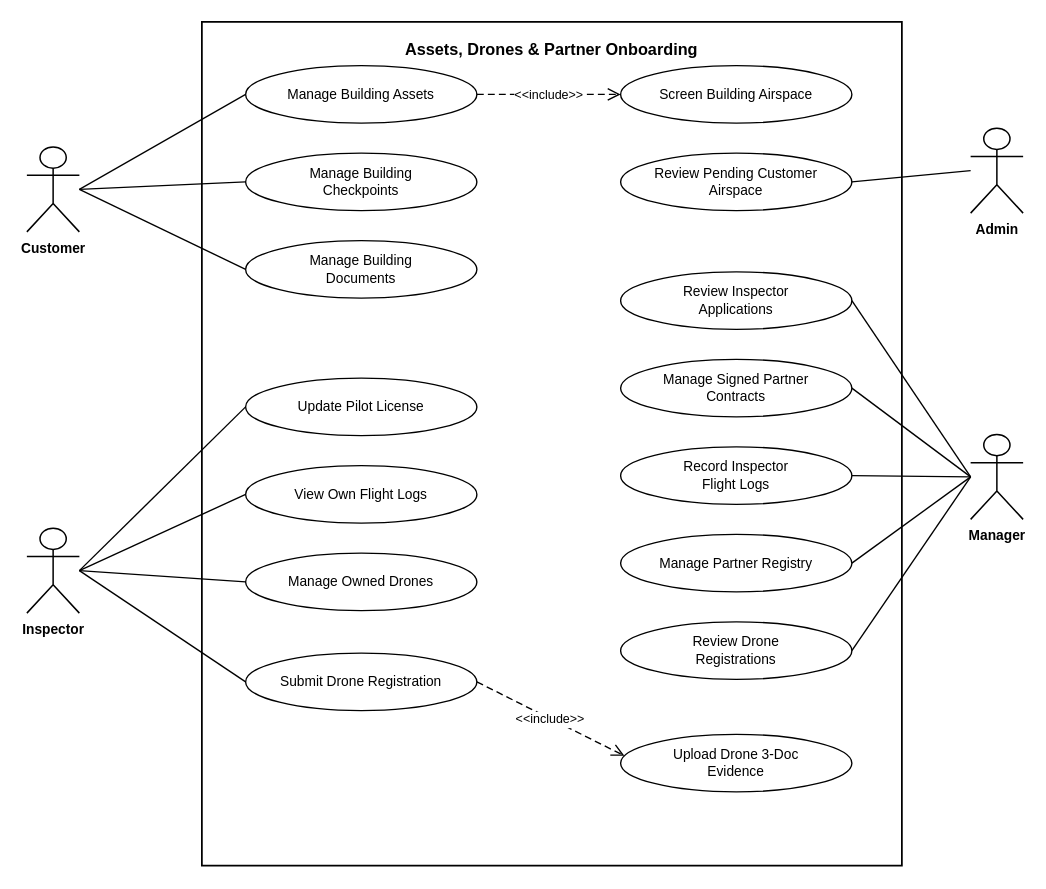
tungbach12/SmartDroneInspection-Docs keeps this draw.io diagram as page "UC-2 Assets, Drones & Onboarding" (2 of 5) of diagrams/smartdrone-use-case-diagrams.drawio. Above is the earlier version. Source tidied: cells renumbered, new cells numbered last; positions are measured from the earlier drawing's top-left corner, leaving out a move shared by most shapes. Both pictures are drawn from the tidied source at 125%, with x=0, y=0 at pixel (26, 21).
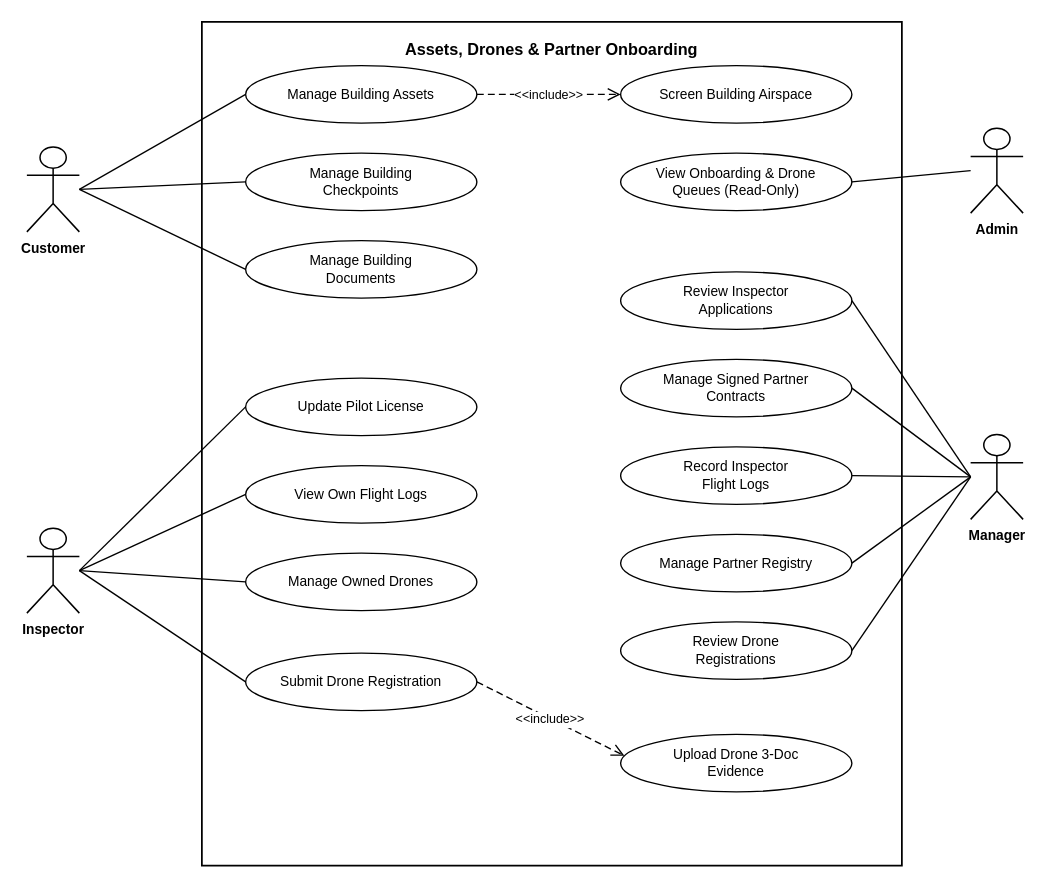
The same diagram, later.

Diff of the diagram source:
```diff
@@
-    <mxCell id="15" value="Review Pending Customer&lt;br&gt;Airspace" style="ellipse;whiteSpace=wrap;html=1;fillColor=#FFFFFF;strokeColor=#000000;strokeWidth=1.1;fontColor=#000000;fontSize=11;fontFamily=Helvetica;align=center;verticalAlign=middle;" parent="1" vertex="1">
+    <mxCell id="15" value="View Onboarding &amp; Drone&lt;br&gt;Queues (Read-Only)" style="ellipse;whiteSpace=wrap;html=1;fillColor=#FFFFFF;strokeColor=#000000;strokeWidth=1.1;fontColor=#000000;fontSize=11;fontFamily=Helvetica;align=center;verticalAlign=middle;" parent="1" vertex="1">
       <mxGeometry x="475" y="105" width="185" height="46" as="geometry" />
     </mxCell>
```
